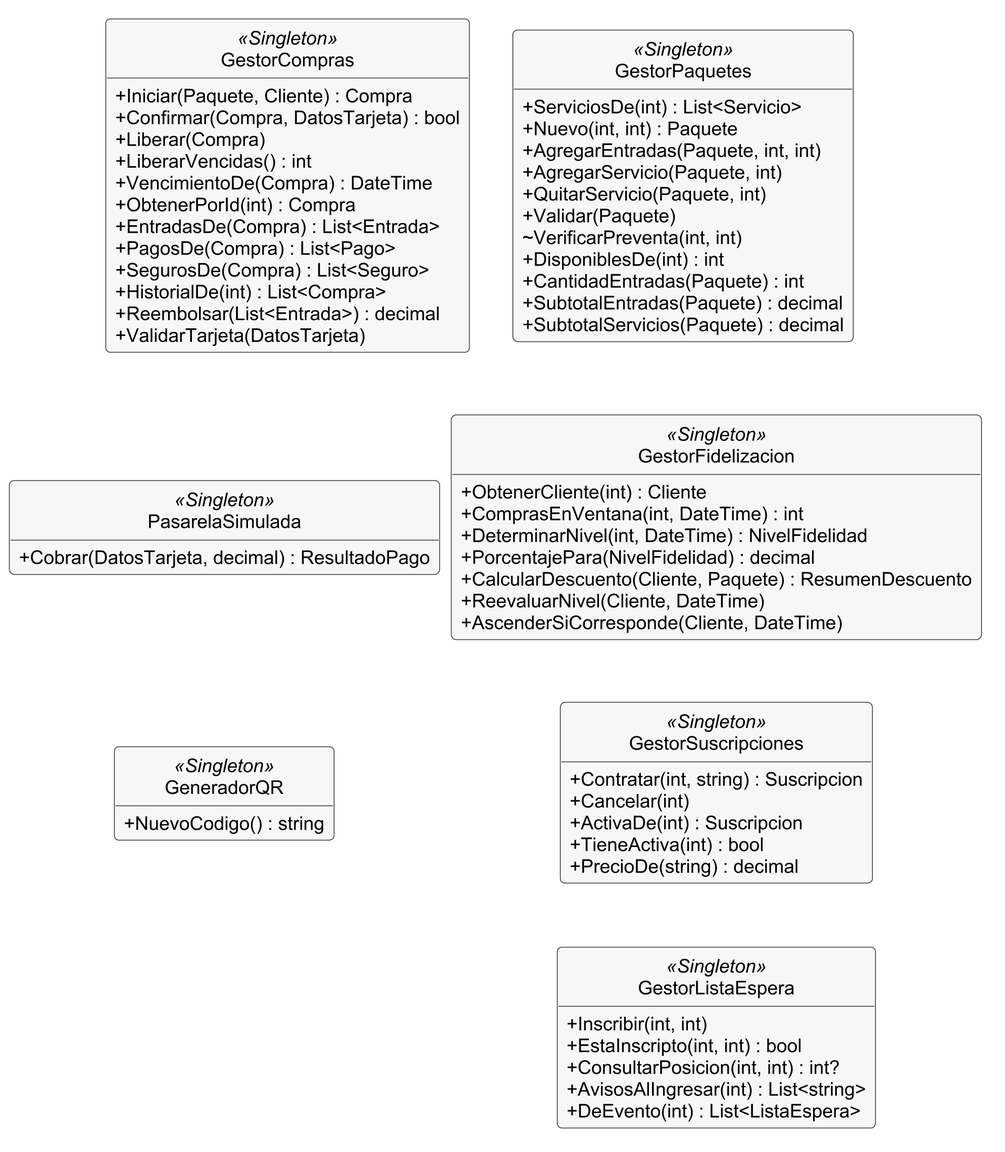
The PlantUML diagram docs/diagramas/clases-4-negocio-compra.png in MaximoAmbro/TrabajoDeDiploma, before a commit.
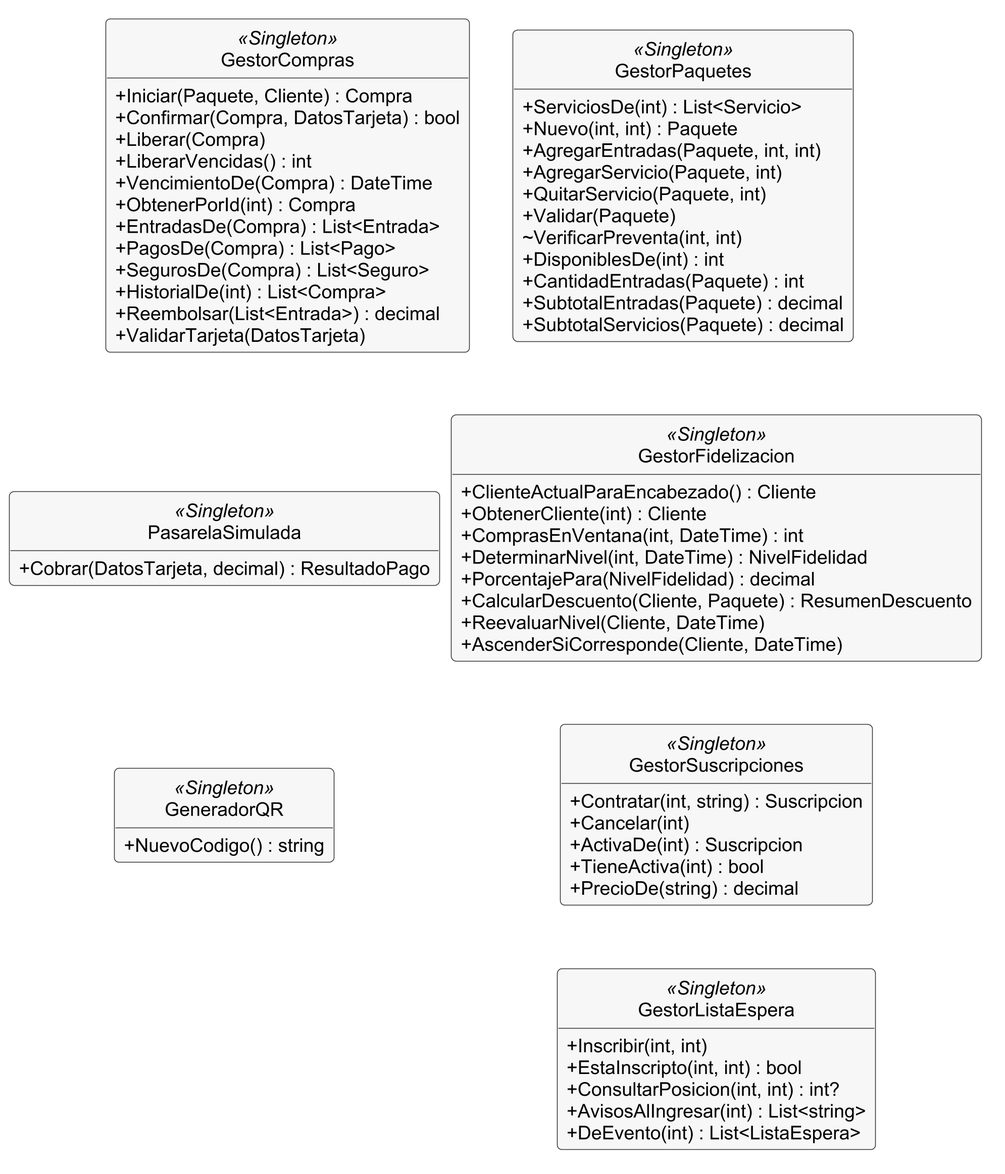
Above is the later version.

The edit, as a diff of the source:
```diff
@@ -39,6 +39,7 @@
   + SubtotalServicios(Paquete) : decimal
 }
 class GestorFidelizacion <<Singleton>> {
+  + ClienteActualParaEncabezado() : Cliente
   + ObtenerCliente(int) : Cliente
   + ComprasEnVentana(int, DateTime) : int
   + DeterminarNivel(int, DateTime) : NivelFidelidad
```
